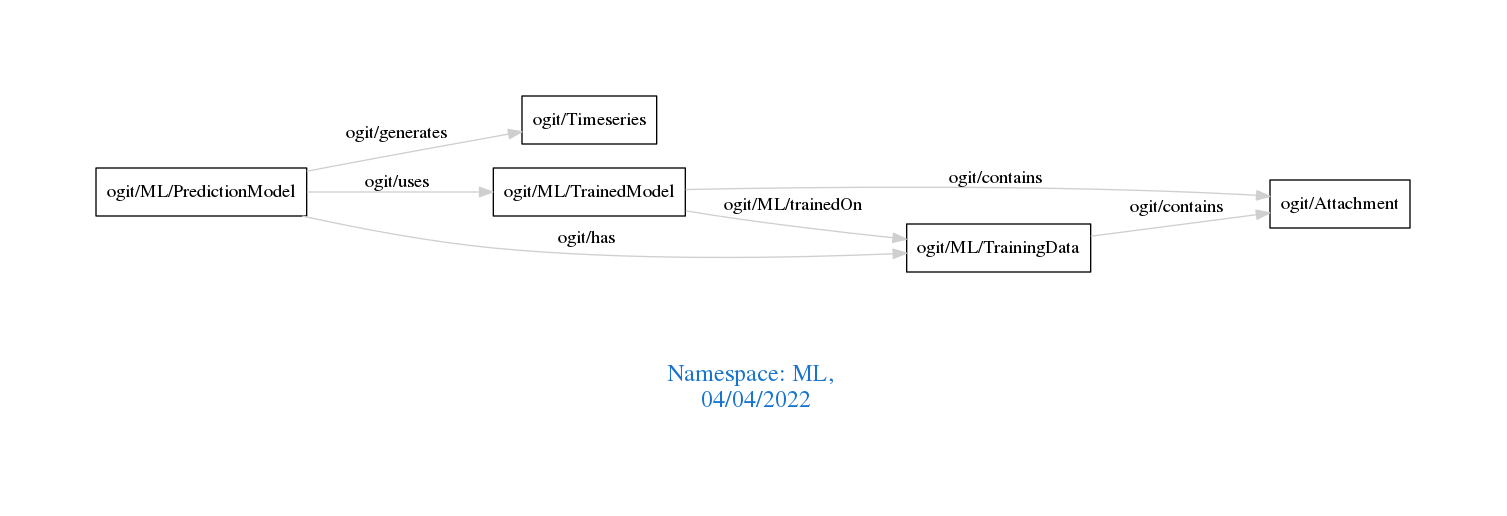
arago/OGIT keeps this Graphviz diagram as downloads/ML.png. Above is the earlier version. Its source is kept beside it as downloads/ML.dot. The source it was exported from:
```dot
digraph OGIT_ontology {
 graph [ rankdir= LR,pad=1
fontsize = 18,
fontcolor= dodgerblue3,label = "\n\n\nNamespace: ML, \n 04/04/2022"];
node[shape=polygon];
edge [  color="gray81"];

   "ogit/ML/TrainedModel" -> "ogit/Attachment" [label="   ogit/contains    "];
   "ogit/ML/TrainingData" -> "ogit/Attachment" [label="   ogit/contains    "];
   "ogit/ML/PredictionModel" -> "ogit/Timeseries" [label="   ogit/generates    "];
   "ogit/ML/TrainedModel" -> "ogit/ML/TrainingData" [label="   ogit/ML/trainedOn    "];
   "ogit/ML/PredictionModel" -> "ogit/ML/TrainedModel" [label="   ogit/uses    "];
   "ogit/ML/PredictionModel" -> "ogit/ML/TrainingData" [label="   ogit/has    "];
}
```
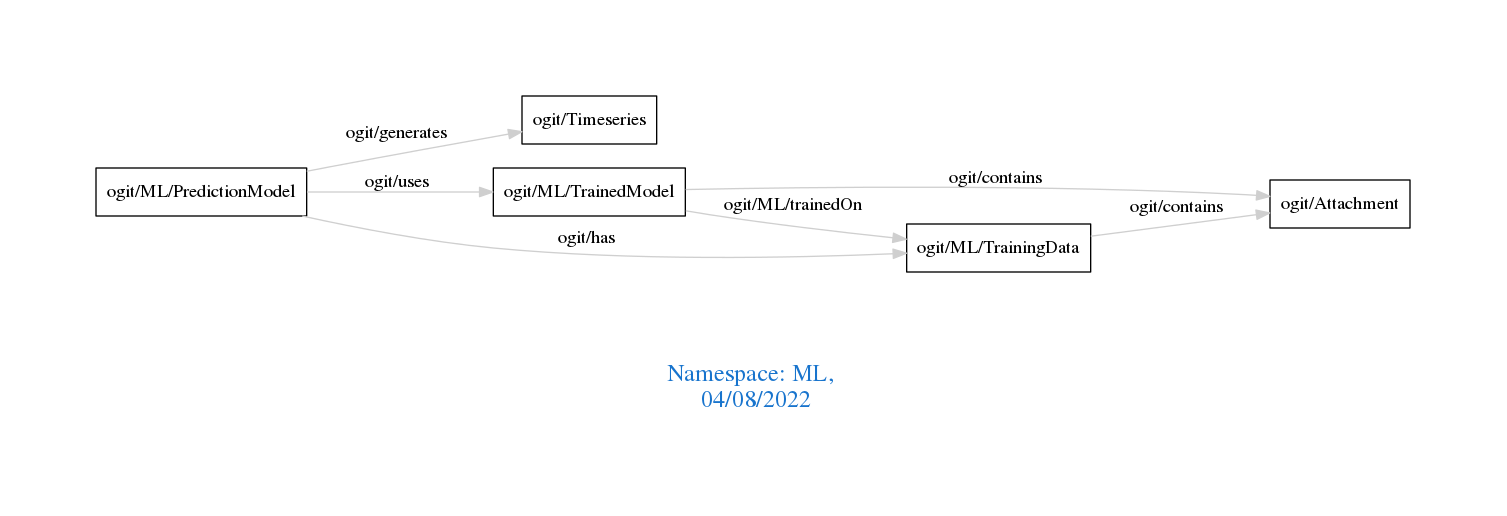
Above is the later version.

What changed in the source:
```diff
@@ -1,7 +1,7 @@
 digraph OGIT_ontology {
  graph [ rankdir= LR,pad=1
 fontsize = 18,
-fontcolor= dodgerblue3,label = "\n\n\nNamespace: ML, \n 04/04/2022"];
+fontcolor= dodgerblue3,label = "\n\n\nNamespace: ML, \n 04/08/2022"];
 node[shape=polygon];
 edge [  color="gray81"];
 
```
